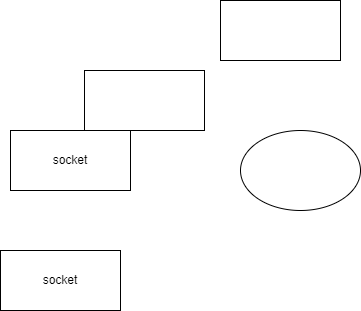
The draw.io diagram image/test.drawio.png in wfqLab/picture_gallery_picgo, before a commit. Source tidied: cells renumbered, new cells last; positions are measured from the earlier drawing's top-left corner, leaving out a move shared by most shapes.
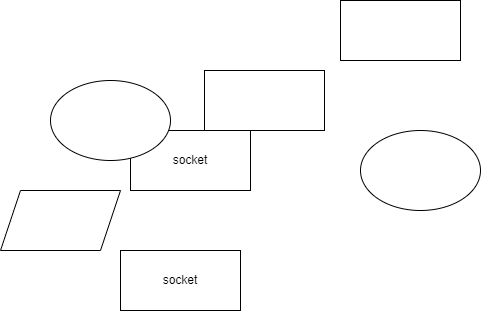
Above is the later version.

The edit, as a diff of the source:
```diff
@@ -17,5 +17,11 @@
     <mxCell id="6" style="rounded=0;whiteSpace=wrap;html=1;" parent="1" vertex="1">
       <mxGeometry x="84" y="70" width="120" height="60" as="geometry" />
     </mxCell>
+    <mxCell id="7" style="ellipse;whiteSpace=wrap;html=1;" parent="1" vertex="1">
+      <mxGeometry x="-70" y="80" width="120" height="80" as="geometry" />
+    </mxCell>
+    <mxCell id="8" style="shape=parallelogram;perimeter=parallelogramPerimeter;whiteSpace=wrap;html=1;fixedSize=1;" parent="1" vertex="1">
+      <mxGeometry x="-120" y="190" width="120" height="60" as="geometry" />
+    </mxCell>
   </root>
 </mxGraphModel>
```
